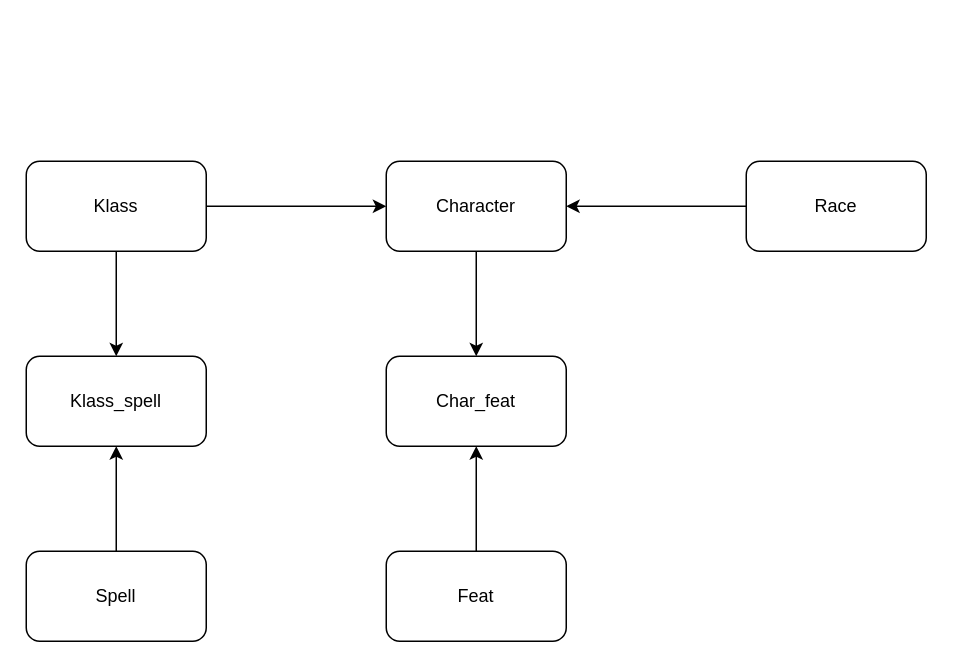
learn-co-curriculum/phase-3-sinatra-react-project keeps this draw.io diagram as ERD.drawio. Above is the earlier version. Source tidied: cells renumbered, new cells numbered last; positions are measured from the earlier drawing's top-left corner, leaving out a move shared by most shapes. Both pictures are drawn from the tidied source at 150%, with x=0, y=0 at pixel (26, 160).
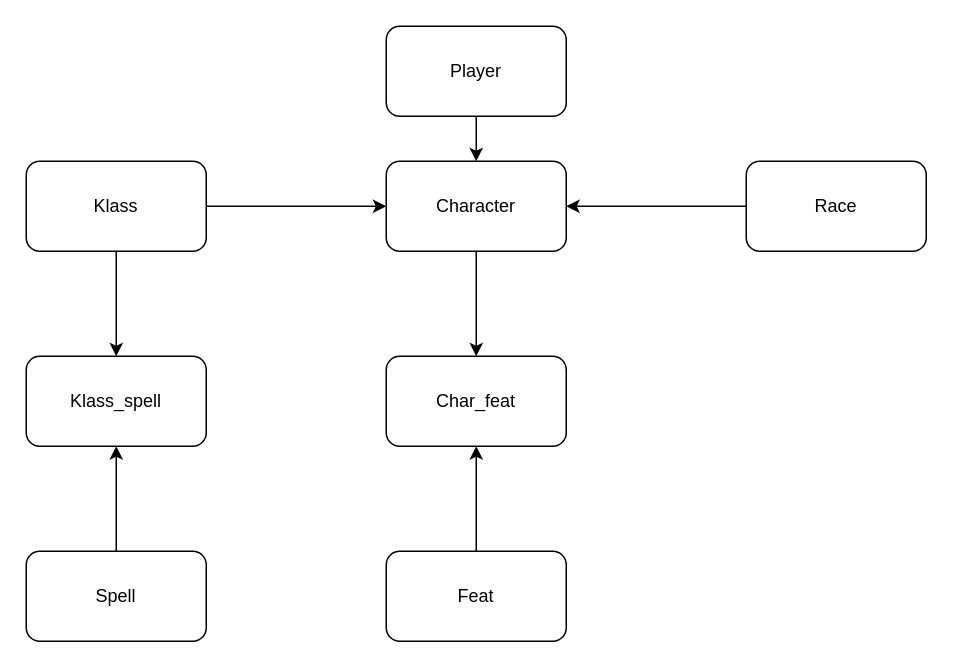
Above is the later version.

The edit, as a diff of the source:
```diff
@@
 <mxGraphModel>
   <root>
     <mxCell id="0" />
     <mxCell id="1" parent="0" />
     <mxCell id="2" style="edgeStyle=none;html=1;exitX=1;exitY=0.5;exitDx=0;exitDy=0;entryX=0;entryY=0.5;entryDx=0;entryDy=0;" parent="1" edge="1" source="9" target="5">
       <mxGeometry relative="1" as="geometry" />
     </mxCell>
     <mxCell id="3" style="edgeStyle=none;html=1;exitX=0;exitY=0.5;exitDx=0;exitDy=0;entryX=1;entryY=0.5;entryDx=0;entryDy=0;" parent="1" edge="1" source="10" target="5">
       <mxGeometry relative="1" as="geometry" />
     </mxCell>
     <mxCell id="4" style="edgeStyle=none;html=1;exitX=0.5;exitY=1;exitDx=0;exitDy=0;entryX=0.5;entryY=0;entryDx=0;entryDy=0;" parent="1" edge="1" source="5" target="14">
       <mxGeometry relative="1" as="geometry" />
     </mxCell>
     <mxCell id="5" value="Character" style="rounded=1;whiteSpace=wrap;html=1;" parent="1" vertex="1">
       <mxGeometry x="240" width="120" height="60" as="geometry" />
     </mxCell>
     <mxCell id="6" style="edgeStyle=none;html=1;exitX=0.5;exitY=0;exitDx=0;exitDy=0;entryX=0.5;entryY=1;entryDx=0;entryDy=0;" parent="1" edge="1" source="7" target="11">
       <mxGeometry relative="1" as="geometry" />
     </mxCell>
     <mxCell id="7" value="Spell" style="rounded=1;whiteSpace=wrap;html=1;" parent="1" vertex="1">
       <mxGeometry y="260" width="120" height="60" as="geometry" />
     </mxCell>
     <mxCell id="8" style="edgeStyle=none;html=1;exitX=0.5;exitY=1;exitDx=0;exitDy=0;entryX=0.5;entryY=0;entryDx=0;entryDy=0;" parent="1" edge="1" source="9" target="11">
       <mxGeometry relative="1" as="geometry" />
     </mxCell>
     <mxCell id="9" value="Klass" style="rounded=1;whiteSpace=wrap;html=1;" parent="1" vertex="1">
       <mxGeometry width="120" height="60" as="geometry" />
     </mxCell>
     <mxCell id="10" value="Race" style="rounded=1;whiteSpace=wrap;html=1;" parent="1" vertex="1">
       <mxGeometry x="480" width="120" height="60" as="geometry" />
     </mxCell>
     <mxCell id="11" value="Klass_spell" style="rounded=1;whiteSpace=wrap;html=1;" parent="1" vertex="1">
       <mxGeometry y="130" width="120" height="60" as="geometry" />
     </mxCell>
     <mxCell id="12" style="edgeStyle=none;html=1;exitX=0.5;exitY=0;exitDx=0;exitDy=0;entryX=0.5;entryY=1;entryDx=0;entryDy=0;" parent="1" edge="1" source="13" target="14">
       <mxGeometry relative="1" as="geometry" />
     </mxCell>
     <mxCell id="13" value="Feat" style="rounded=1;whiteSpace=wrap;html=1;" parent="1" vertex="1">
       <mxGeometry x="240" y="260" width="120" height="60" as="geometry" />
     </mxCell>
     <mxCell id="14" value="Char_feat" style="rounded=1;whiteSpace=wrap;html=1;" parent="1" vertex="1">
       <mxGeometry x="240" y="130" width="120" height="60" as="geometry" />
     </mxCell>
+    <mxCell id="15" style="edgeStyle=none;html=1;exitX=0.5;exitY=1;exitDx=0;exitDy=0;entryX=0.5;entryY=0;entryDx=0;entryDy=0;" parent="1" edge="1" source="16" target="5">
+      <mxGeometry relative="1" as="geometry" />
+    </mxCell>
+    <mxCell id="16" value="Player" style="rounded=1;whiteSpace=wrap;html=1;" parent="1" vertex="1">
+      <mxGeometry x="240" y="-90" width="120" height="60" as="geometry" />
+    </mxCell>
   </root>
 </mxGraphModel>
```
